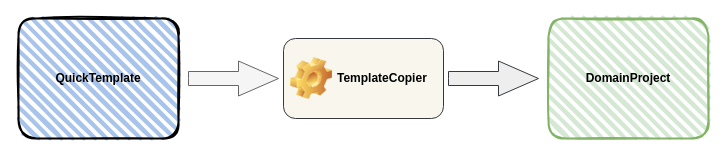
This is page "Create domain project overview" (1 of 3) of CreateProject.drawio from leoggehrer/SETemplateDeplomemt, a draw.io file, before an edit. Source tidied: cells renumbered, new cells numbered last; positions are measured from the earlier drawing's top-left corner, leaving out a move shared by most shapes. Both pictures are drawn from the tidied source at 100%, with x=0, y=0 at pixel (18, 18).
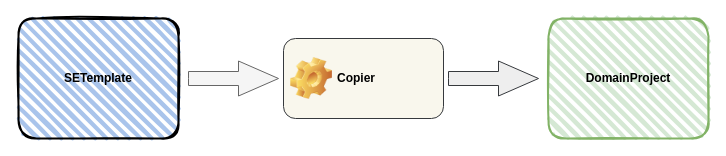
The same diagram, later.

Change to the diagram source:
```diff
@@
 <mxGraphModel>
   <root>
     <mxCell id="0" />
     <mxCell id="1" parent="0" />
-    <mxCell id="2" value="&lt;b&gt;QuickTemplate&lt;/b&gt;" style="rounded=1;whiteSpace=wrap;html=1;strokeWidth=2;fillWeight=4;hachureGap=8;hachureAngle=45;fillColor=#A9C4EB;sketch=1;fontSize=12;" parent="1" vertex="1">
+    <mxCell id="2" value="&lt;b&gt;SETemplate&lt;/b&gt;" style="rounded=1;whiteSpace=wrap;html=1;strokeWidth=2;fillWeight=4;hachureGap=8;hachureAngle=45;fillColor=#A9C4EB;sketch=1;fontSize=12;" parent="1" vertex="1">
       <mxGeometry width="160" height="120" as="geometry" />
     </mxCell>
     <mxCell id="3" value="&lt;b&gt;DomainProject&lt;/b&gt;" style="rounded=1;whiteSpace=wrap;html=1;strokeWidth=2;fillWeight=4;hachureGap=8;hachureAngle=45;fillColor=#d5e8d4;sketch=1;fontSize=12;strokeColor=#82b366;" parent="1" vertex="1">
       <mxGeometry x="530" width="160" height="120" as="geometry" />
     </mxCell>
-    <mxCell id="4" value="TemplateCopier" style="label;whiteSpace=wrap;html=1;image=img/clipart/Gear_128x128.png;fontSize=12;fillColor=#f9f7ed;strokeColor=#36393d;rounded=1;glass=0;shadow=0;" parent="1" vertex="1">
+    <mxCell id="4" value="Copier" style="label;whiteSpace=wrap;html=1;image=img/clipart/Gear_128x128.png;fontSize=12;fillColor=#f9f7ed;strokeColor=#36393d;rounded=1;glass=0;shadow=0;" parent="1" vertex="1">
       <mxGeometry x="265" y="20" width="160" height="80" as="geometry" />
     </mxCell>
     <mxCell id="5" style="html=1;shadow=0;dashed=0;align=center;verticalAlign=middle;shape=mxgraph.arrows2.arrow;dy=0.6;dx=40;notch=0;rounded=1;glass=0;fontSize=12;fillColor=#f5f5f5;fontColor=#333333;strokeColor=#666666;" parent="1" vertex="1">
       <mxGeometry x="170" y="42.5" width="90" height="35" as="geometry" />
     </mxCell>
     <mxCell id="6" style="html=1;shadow=0;dashed=0;align=center;verticalAlign=middle;shape=mxgraph.arrows2.arrow;dy=0.6;dx=40;notch=0;rounded=1;glass=0;fontSize=12;fillColor=#eeeeee;strokeColor=#36393d;" parent="1" vertex="1">
       <mxGeometry x="430" y="42.5" width="90" height="35" as="geometry" />
     </mxCell>
   </root>
 </mxGraphModel>
```
